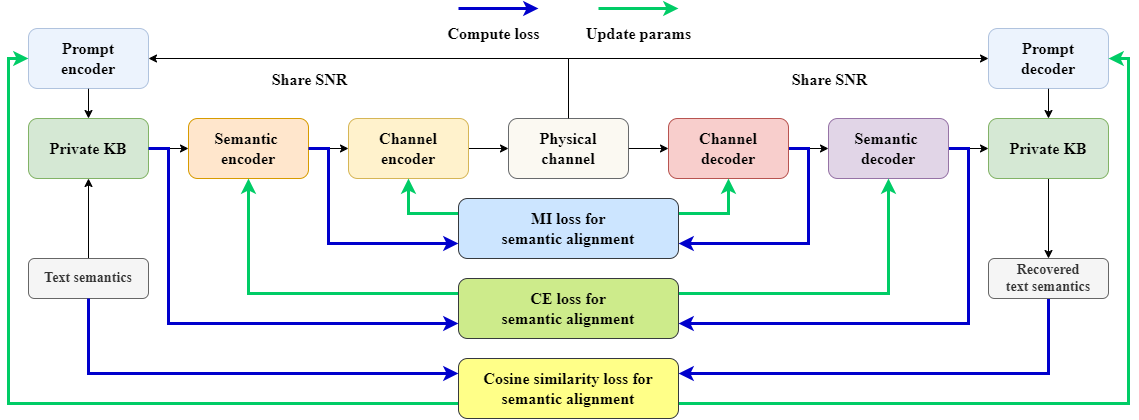
This is UBC-CSC/GKB2.png from TuuSiwei/paper_image, a draw.io export, as it was before one commit. Source tidied: cells renumbered, new cells last; positions are measured from the earlier drawing's top-left corner, leaving out a move shared by most shapes.
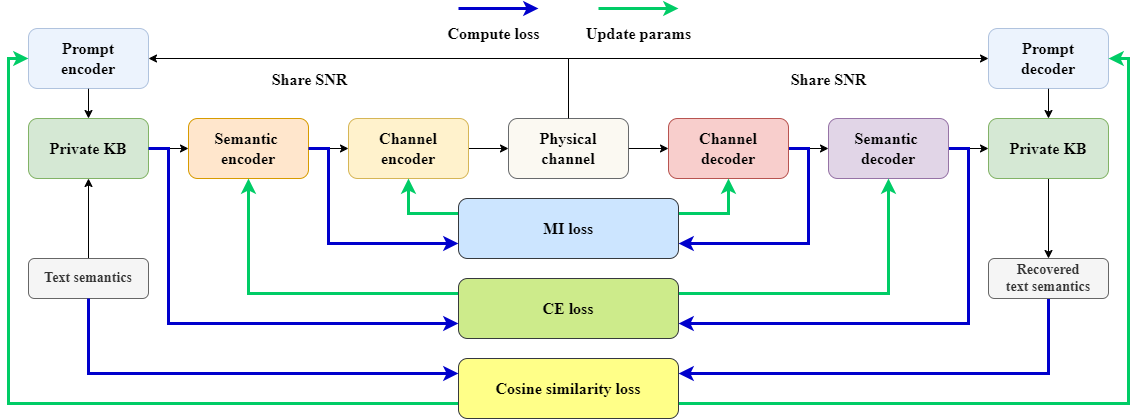
Later version of the same file.

Change to the diagram source:
```diff
@@ -108,7 +108,7 @@
     <mxCell id="27" style="edgeStyle=orthogonalEdgeStyle;rounded=0;jettySize=auto;html=1;exitX=0;exitY=0.25;exitDx=0;exitDy=0;entryX=0.5;entryY=1;entryDx=0;entryDy=0;strokeColor=#00CC66;strokeWidth=3;align=center;verticalAlign=middle;fontFamily=Times New Roman;fontSize=11;fontColor=default;labelBackgroundColor=default;endArrow=classic;" parent="1" edge="1" source="28" target="17">
       <mxGeometry relative="1" as="geometry" />
     </mxCell>
-    <mxCell id="28" value="&lt;div&gt;&lt;span style=&quot;font-size: 16px;&quot;&gt;&lt;b&gt;MI loss for&lt;/b&gt;&lt;/span&gt;&lt;/div&gt;&lt;span style=&quot;font-size: 16px;&quot;&gt;&lt;b&gt;semantic&amp;nbsp;&lt;/b&gt;&lt;/span&gt;&lt;b style=&quot;font-size: 16px; background-color: initial;&quot;&gt;alignment&lt;/b&gt;" style="rounded=1;whiteSpace=wrap;html=1;fillColor=#cce5ff;strokeColor=#36393d;fontFamily=Times New Roman;" parent="1" vertex="1">
+    <mxCell id="28" value="&lt;div&gt;&lt;span style=&quot;font-size: 16px;&quot;&gt;&lt;b&gt;MI loss&lt;/b&gt;&lt;/span&gt;&lt;/div&gt;" style="rounded=1;whiteSpace=wrap;html=1;fillColor=#cce5ff;strokeColor=#36393d;fontFamily=Times New Roman;" parent="1" vertex="1">
       <mxGeometry x="430" y="190" width="220" height="60" as="geometry" />
     </mxCell>
     <mxCell id="29" style="edgeStyle=orthogonalEdgeStyle;rounded=0;jettySize=auto;html=1;exitX=1;exitY=0.25;exitDx=0;exitDy=0;entryX=0.5;entryY=1;entryDx=0;entryDy=0;strokeColor=#00CC66;strokeWidth=3;align=center;verticalAlign=middle;fontFamily=Times New Roman;fontSize=11;fontColor=default;labelBackgroundColor=default;endArrow=classic;" parent="1" edge="1" source="31" target="14">
@@ -117,7 +117,7 @@
     <mxCell id="30" style="edgeStyle=orthogonalEdgeStyle;rounded=0;jettySize=auto;html=1;exitX=0;exitY=0.25;exitDx=0;exitDy=0;entryX=0.5;entryY=1;entryDx=0;entryDy=0;strokeColor=#00CC66;strokeWidth=3;align=center;verticalAlign=middle;fontFamily=Times New Roman;fontSize=11;fontColor=default;labelBackgroundColor=default;endArrow=classic;" parent="1" edge="1" source="31" target="11">
       <mxGeometry relative="1" as="geometry" />
     </mxCell>
-    <mxCell id="31" value="&lt;div&gt;&lt;span style=&quot;font-size: 16px;&quot;&gt;&lt;b&gt;CE loss for&lt;/b&gt;&lt;/span&gt;&lt;/div&gt;&lt;span style=&quot;font-size: 16px;&quot;&gt;&lt;b&gt;semantic&amp;nbsp;&lt;/b&gt;&lt;/span&gt;&lt;b style=&quot;font-size: 16px; background-color: initial;&quot;&gt;alignment&lt;/b&gt;" style="rounded=1;whiteSpace=wrap;html=1;fillColor=#cdeb8b;strokeColor=#36393d;fontFamily=Times New Roman;" parent="1" vertex="1">
+    <mxCell id="31" value="&lt;div&gt;&lt;span style=&quot;font-size: 16px;&quot;&gt;&lt;b&gt;CE loss&lt;/b&gt;&lt;/span&gt;&lt;/div&gt;" style="rounded=1;whiteSpace=wrap;html=1;fillColor=#cdeb8b;strokeColor=#36393d;fontFamily=Times New Roman;" parent="1" vertex="1">
       <mxGeometry x="430" y="270" width="220" height="60" as="geometry" />
     </mxCell>
     <mxCell id="32" style="edgeStyle=orthogonalEdgeStyle;rounded=0;jettySize=auto;html=1;exitX=0;exitY=0.75;exitDx=0;exitDy=0;entryX=0;entryY=0.5;entryDx=0;entryDy=0;strokeColor=#00CC66;strokeWidth=3;align=center;verticalAlign=middle;fontFamily=Times New Roman;fontSize=11;fontColor=default;labelBackgroundColor=default;endArrow=classic;" parent="1" edge="1" source="34" target="8">
@@ -126,7 +126,7 @@
     <mxCell id="33" style="edgeStyle=orthogonalEdgeStyle;rounded=0;jettySize=auto;html=1;exitX=1;exitY=0.75;exitDx=0;exitDy=0;entryX=1;entryY=0.5;entryDx=0;entryDy=0;strokeColor=#00CC66;strokeWidth=3;align=center;verticalAlign=middle;fontFamily=Times New Roman;fontSize=11;fontColor=default;labelBackgroundColor=default;endArrow=classic;" parent="1" edge="1" source="34" target="25">
       <mxGeometry relative="1" as="geometry" />
     </mxCell>
-    <mxCell id="34" value="&lt;div&gt;&lt;b style=&quot;font-size: 16px;&quot;&gt;Cosine similarity loss for&lt;/b&gt;&lt;/div&gt;&lt;span style=&quot;font-size: 16px;&quot;&gt;&lt;b&gt;semantic&amp;nbsp;&lt;/b&gt;&lt;/span&gt;&lt;b style=&quot;font-size: 16px; background-color: initial;&quot;&gt;alignment&lt;/b&gt;" style="rounded=1;whiteSpace=wrap;html=1;fillColor=#ffff88;strokeColor=#36393d;fontFamily=Times New Roman;" parent="1" vertex="1">
+    <mxCell id="34" value="&lt;div&gt;&lt;b style=&quot;font-size: 16px;&quot;&gt;Cosine similarity loss&lt;/b&gt;&lt;/div&gt;" style="rounded=1;whiteSpace=wrap;html=1;fillColor=#ffff88;strokeColor=#36393d;fontFamily=Times New Roman;" parent="1" vertex="1">
       <mxGeometry x="430" y="350" width="220" height="60" as="geometry" />
     </mxCell>
     <mxCell id="35" style="endArrow=classic;html=1;rounded=0;strokeColor=#0000CC;strokeWidth=3;align=center;verticalAlign=middle;fontFamily=Times New Roman;fontSize=11;fontColor=default;labelBackgroundColor=default;" parent="1" edge="1">
```
